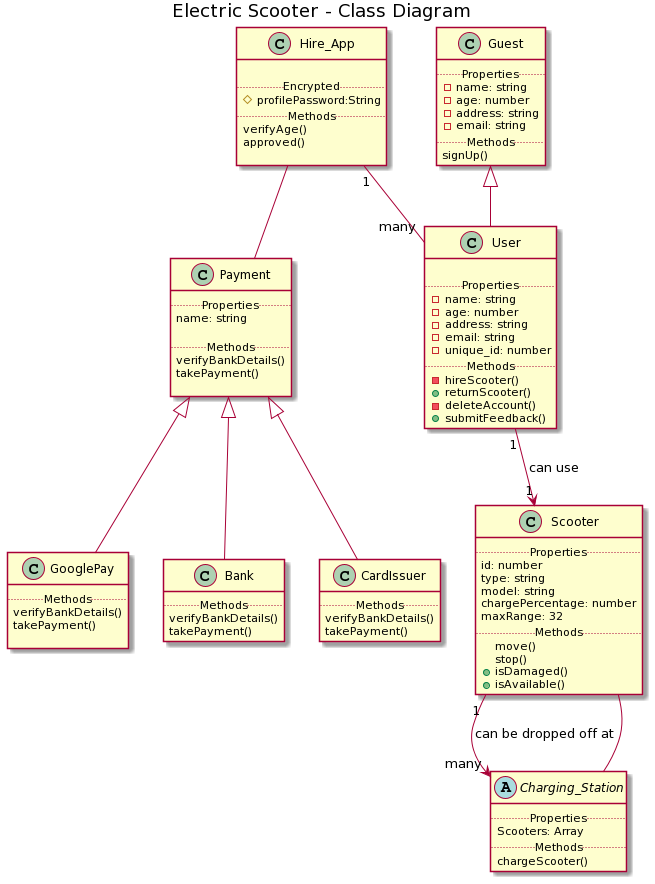
The PlantUML diagram UML_Diagrams/scooter_class_diagram.png in BevAntwi98/Scooter_Challenge, before a commit.
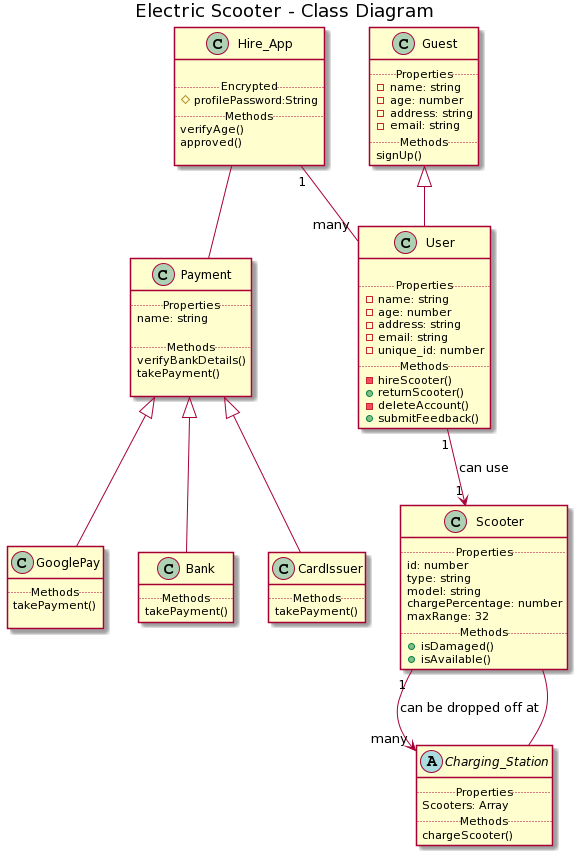
After the commit.

The edit, as a diff of the source:
```diff
@@ -51,8 +51,6 @@
  chargePercentage: number
  maxRange: 32
  ..Methods..
- move()
- stop()
 + isDamaged()
  +isAvailable()
 }
@@ -68,18 +66,15 @@
 }
 class GooglePay{
 ..Methods..
-verifyBankDetails()
 takePayment()
 
 }
 class Bank{
 ..Methods..
-verifyBankDetails()
 takePayment()
 }
 class CardIssuer{
 ..Methods..
-verifyBankDetails()
 takePayment()
 }
 
```
